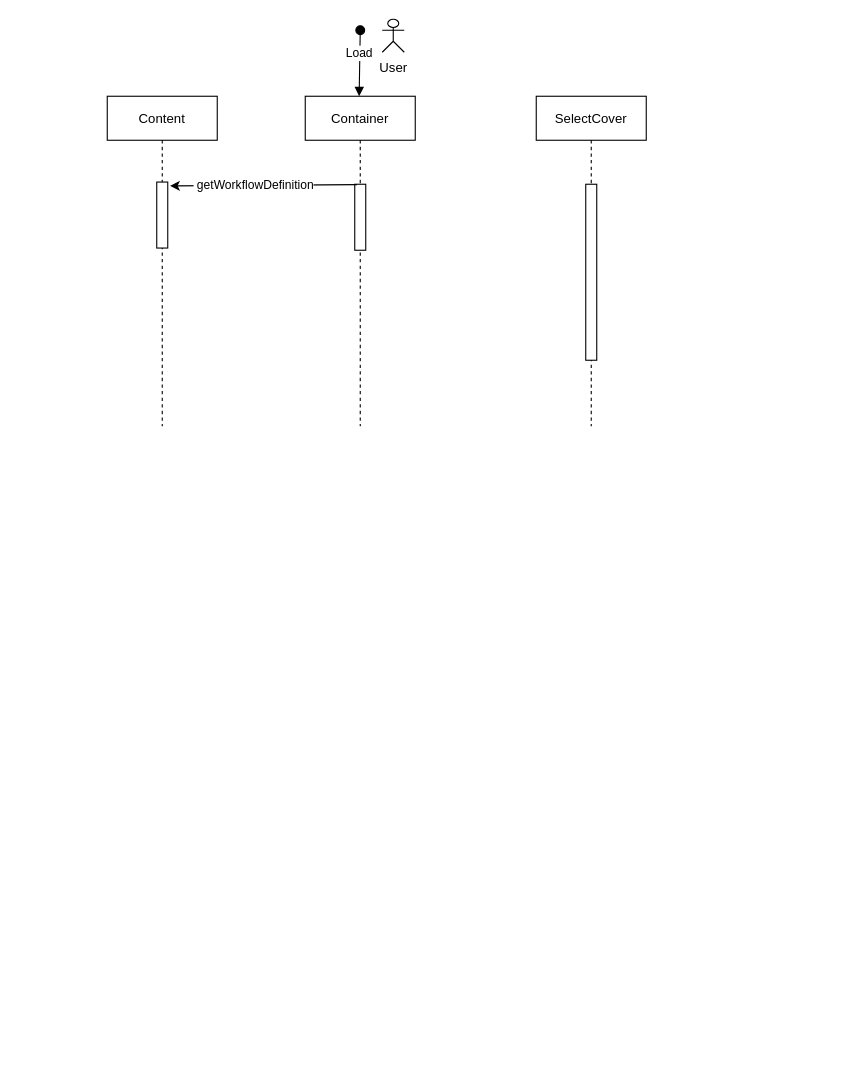
The draw.io diagram directap/workflowBuilder.drawio in hnguyenec/diagrams, before the edit. Source tidied: cells renumbered, new cells numbered last; positions are measured from the earlier drawing's top-left corner, leaving out a move shared by most shapes. Both pictures are drawn from the tidied source at 110%, with x=0, y=0 at pixel (107, 19).
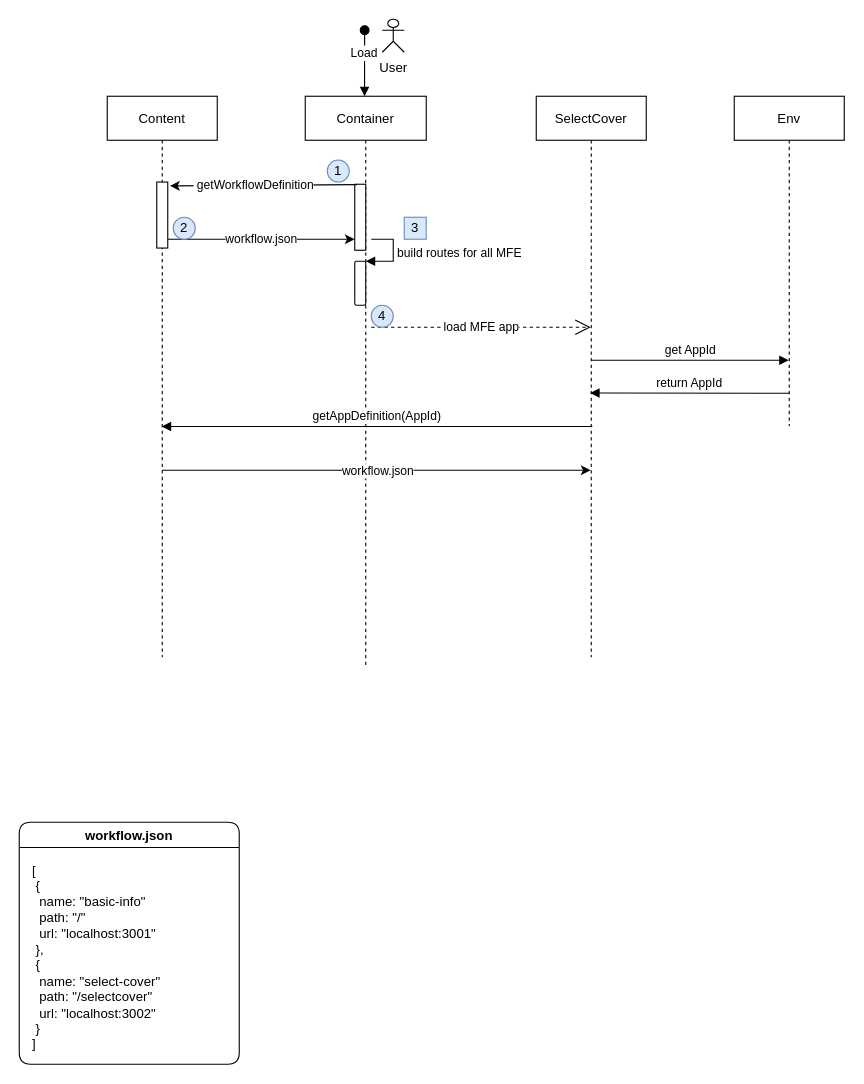
After the change.

The change refers to these unchanged cells:
```xml
<mxCell id="6" style="points=[];perimeter=orthogonalPerimeter;rounded=0;shadow=0;strokeWidth=1;" parent="5" vertex="1">
  <mxGeometry x="45" y="80" width="10" height="60" as="geometry" />
</mxCell>
```

What changed in the source:
```diff
@@
     <mxCell id="2" value="Content" style="shape=umlLifeline;perimeter=lifelinePerimeter;rounded=0;shadow=0;strokeWidth=1;" parent="1" vertex="1">
-      <mxGeometry y="70" width="100" height="300" as="geometry" />
+      <mxGeometry y="70" width="100" height="510" as="geometry" />
     </mxCell>
@@
     <mxCell id="4" value="Load" style="verticalAlign=bottom;startArrow=oval;endArrow=block;startSize=8;shadow=0;strokeWidth=1;entryX=0.49;entryY=0;entryDx=0;entryDy=0;entryPerimeter=0;" parent="2" edge="1" target="5">
       <mxGeometry relative="1" as="geometry">
-        <mxPoint x="230" y="-60" as="sourcePoint" />
+        <mxPoint x="234" y="-60" as="sourcePoint" />
       </mxGeometry>
     </mxCell>
+    <mxCell id="12" style="endArrow=classic;html=1;rounded=0;entryX=0;entryY=0.833;entryDx=0;entryDy=0;entryPerimeter=0;" parent="2" edge="1" target="6">
+      <mxGeometry relative="1" as="geometry">
+        <mxPoint x="55" y="130" as="sourcePoint" />
+      </mxGeometry>
+    </mxCell>
+    <mxCell id="13" value="workflow.json" style="edgeLabel;html=1;align=center;verticalAlign=middle;" parent="12" vertex="1">
+      <mxGeometry relative="1" as="geometry" />
+    </mxCell>
+    <mxCell id="14" value="2" style="text;html=1;strokeColor=#6c8ebf;fillColor=#dae8fc;align=center;verticalAlign=middle;whiteSpace=wrap;rounded=1;shadow=0;glass=0;sketch=0;arcSize=50;" parent="2" vertex="1">
+      <mxGeometry x="60" y="110" width="20" height="20" as="geometry" />
+    </mxCell>
     <mxCell id="5" value="Container" style="shape=umlLifeline;perimeter=lifelinePerimeter;rounded=0;shadow=0;strokeWidth=1;" parent="1" vertex="1">
-      <mxGeometry x="180" y="70" width="100" height="300" as="geometry" />
+      <mxGeometry x="180" y="70" width="110" height="520" as="geometry" />
     </mxCell>
@@
+    <mxCell id="15" value="1" style="text;html=1;strokeColor=#6c8ebf;fillColor=#dae8fc;align=center;verticalAlign=middle;whiteSpace=wrap;rounded=1;shadow=0;glass=0;sketch=0;arcSize=50;" parent="5" vertex="1">
+      <mxGeometry x="20" y="58" width="20" height="20" as="geometry" />
+    </mxCell>
+    <mxCell id="16" style="html=1;points=[];perimeter=orthogonalPerimeter;rounded=1;shadow=0;glass=0;sketch=0;strokeColor=default;" parent="5" vertex="1">
+      <mxGeometry x="45" y="150" width="10" height="40" as="geometry" />
+    </mxCell>
+    <mxCell id="17" value="build routes for all MFE" style="edgeStyle=orthogonalEdgeStyle;html=1;align=left;spacingLeft=2;endArrow=block;rounded=0;entryX=1;entryY=0;" parent="5" edge="1" target="16">
+      <mxGeometry relative="1" as="geometry">
+        <mxPoint x="60" y="130" as="sourcePoint" />
+        <Array as="points">
+          <mxPoint x="80" y="130" />
+        </Array>
+      </mxGeometry>
+    </mxCell>
+    <mxCell id="18" value="load MFE app" style="endArrow=open;endSize=12;dashed=1;html=1;rounded=0;" parent="5" edge="1" target="7">
+      <mxGeometry relative="1" as="geometry">
+        <mxPoint x="60" y="210" as="sourcePoint" />
+      </mxGeometry>
+    </mxCell>
+    <mxCell id="19" value="3" style="text;html=1;strokeColor=#6c8ebf;fillColor=#dae8fc;align=center;verticalAlign=middle;whiteSpace=wrap;rounded=1;shadow=0;glass=0;sketch=0;arcSize=0;" parent="5" vertex="1">
+      <mxGeometry x="90" y="110" width="20" height="20" as="geometry" />
+    </mxCell>
+    <mxCell id="20" value="4" style="text;html=1;strokeColor=#6c8ebf;fillColor=#dae8fc;align=center;verticalAlign=middle;whiteSpace=wrap;rounded=1;shadow=0;glass=0;sketch=0;arcSize=50;" parent="5" vertex="1">
+      <mxGeometry x="60" y="190" width="20" height="20" as="geometry" />
+    </mxCell>
     <mxCell id="7" value="SelectCover" style="shape=umlLifeline;perimeter=lifelinePerimeter;rounded=0;shadow=0;strokeWidth=1;" parent="1" vertex="1">
-      <mxGeometry x="390" y="70" width="100" height="300" as="geometry" />
+      <mxGeometry x="390" y="70" width="100" height="510" as="geometry" />
     </mxCell>
-    <mxCell id="8" style="perimeter=orthogonalPerimeter;rounded=0;shadow=0;strokeWidth=1;" parent="7" vertex="1">
-      <mxGeometry x="45" y="80" width="10" height="160" as="geometry" />
-    </mxCell>
+    <mxCell id="21" value="get AppId" style="html=1;verticalAlign=bottom;endArrow=block;rounded=0;" parent="7" edge="1" target="24">
+      <mxGeometry relative="1" as="geometry">
+        <mxPoint x="50" y="240" as="sourcePoint" />
+      </mxGeometry>
+    </mxCell>
@@
+    <mxCell id="22" value="workflow.json" style="swimlane;rounded=1;shadow=0;glass=0;sketch=0;strokeColor=default;" parent="1" vertex="1">
+      <mxGeometry x="-80" y="730" width="200" height="220" as="geometry" />
+    </mxCell>
+    <mxCell id="23" value="[&lt;br&gt;&lt;span style=&quot;&quot;&gt; &lt;span style=&quot;white-space: pre;&quot;&gt; &lt;/span&gt;{&lt;br&gt;&lt;span style=&quot;&quot;&gt; &lt;span style=&quot;&quot;&gt; &lt;span style=&quot;white-space: pre;&quot;&gt; &lt;span style=&quot;white-space: pre;&quot;&gt; &lt;/span&gt;&lt;/span&gt;name:  &quot;basic-info&quot;&lt;br&gt;&lt;/span&gt;&lt;/span&gt;&lt;span style=&quot;&quot;&gt; &lt;span style=&quot;&quot;&gt; &lt;span style=&quot;white-space: pre;&quot;&gt; &lt;span style=&quot;white-space: pre;&quot;&gt; &lt;/span&gt;&lt;/span&gt;path: &quot;/&quot;&lt;br&gt;&lt;/span&gt;&lt;/span&gt;&lt;span style=&quot;&quot;&gt; &lt;span style=&quot;&quot;&gt; &lt;span style=&quot;white-space: pre;&quot;&gt; &lt;span style=&quot;white-space: pre;&quot;&gt; &lt;/span&gt;&lt;/span&gt;url: &quot;localhost:3001&quot;&lt;/span&gt;&lt;/span&gt;&lt;br&gt;&lt;span style=&quot;&quot;&gt; &lt;/span&gt;&lt;span style=&quot;white-space: pre;&quot;&gt; &lt;/span&gt;},&lt;br&gt;&lt;/span&gt;&lt;span style=&quot;&quot;&gt;&lt;span style=&quot;white-space: pre;&quot;&gt; &lt;/span&gt;{&lt;br&gt;&lt;/span&gt;&lt;span style=&quot;white-space: pre;&quot;&gt; &lt;span style=&quot;white-space: pre;&quot;&gt; &lt;/span&gt;&lt;/span&gt;name:  &quot;select-cover&quot;&lt;br&gt;&lt;span style=&quot;white-space: pre;&quot;&gt; &lt;span style=&quot;white-space: pre;&quot;&gt; &lt;/span&gt;&lt;/span&gt;path: &quot;/selectcover&quot;&lt;br&gt;&lt;span style=&quot;white-space: pre;&quot;&gt; &lt;span style=&quot;white-space: pre;&quot;&gt; &lt;/span&gt;&lt;/span&gt;url: &quot;localhost:3002&quot;&lt;br&gt;&lt;span style=&quot;white-space: pre;&quot;&gt; &lt;/span&gt;}&lt;br&gt;&lt;div style=&quot;&quot;&gt;]&lt;/div&gt;" style="text;html=1;align=left;verticalAlign=top;strokeColor=none;fillColor=none;" parent="22" vertex="1">
+      <mxGeometry x="10" y="30" width="190" height="180" as="geometry" />
+    </mxCell>
+    <mxCell id="24" value="Env" style="shape=umlLifeline;perimeter=lifelinePerimeter;rounded=0;shadow=0;strokeWidth=1;" parent="1" vertex="1">
+      <mxGeometry x="570" y="70" width="100" height="300" as="geometry" />
+    </mxCell>
+    <mxCell id="25" value="return AppId" style="html=1;verticalAlign=bottom;endArrow=block;rounded=0;anchorPointDirection=1;endFill=1;entryX=0.49;entryY=0.529;entryDx=0;entryDy=0;entryPerimeter=0;" parent="1" edge="1" target="7">
+      <mxGeometry relative="1" as="geometry">
+        <mxPoint x="620" y="340" as="sourcePoint" />
+      </mxGeometry>
+    </mxCell>
+    <mxCell id="26" value="getAppDefinition(AppId)" style="html=1;verticalAlign=bottom;endArrow=block;rounded=0;anchorPointDirection=1;endFill=1;" parent="1" edge="1" target="2">
+      <mxGeometry relative="1" as="geometry">
+        <mxPoint x="441" y="370.2" as="sourcePoint" />
+      </mxGeometry>
+    </mxCell>
+    <mxCell id="27" style="endArrow=classic;html=1;rounded=0;" parent="1" edge="1" target="7">
+      <mxGeometry relative="1" as="geometry">
+        <mxPoint x="50" y="410" as="sourcePoint" />
+      </mxGeometry>
+    </mxCell>
+    <mxCell id="28" value="workflow.json" style="edgeLabel;html=1;align=center;verticalAlign=middle;" parent="27" vertex="1">
+      <mxGeometry relative="1" as="geometry" />
+    </mxCell>
```
